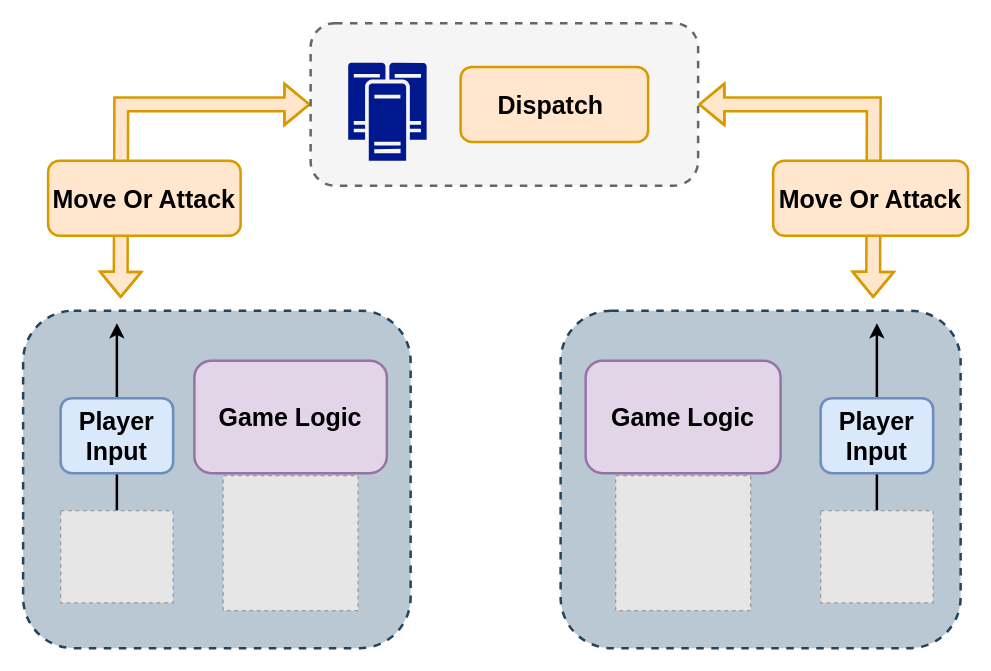
This is page "lockstep" (8 of 53) of booming/Booming ypwangv7.0 ypw new 104ppt-17.drawio from yrdimple/flowChart, a draw.io file, before an edit. Source tidied: cells renumbered, new cells numbered last; positions are measured from the earlier drawing's top-left corner, leaving out a move shared by most shapes. Both pictures are drawn from the tidied source at 125%, with x=0, y=0 at pixel (22, 22). Pictures stored in the file or linked from it are replaced by grey dashed boxes.
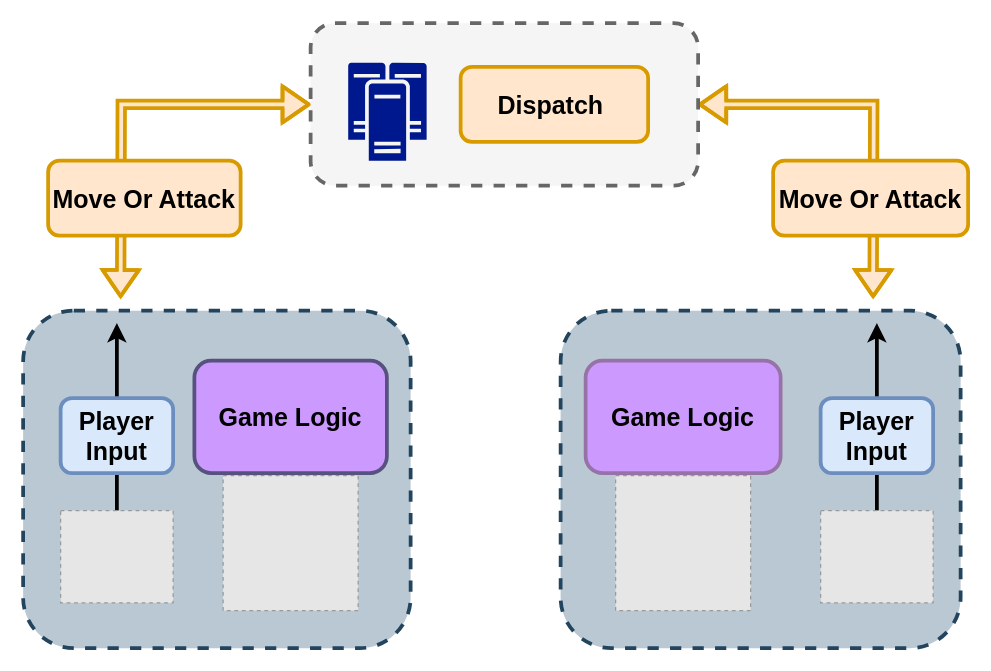
The same page after the edit.

Unchanged cells that the change refers to:
```xml
<mxCell id="6" style="fillColor=#E6E6E6;strokeColor=#999999;dashed=1;verticalLabelPosition=bottom;labelBackgroundColor=default;verticalAlign=top;fontSize=20;fontStyle=1;" parent="1" vertex="1">
  <mxGeometry x="30" y="390" width="90" height="73.8" as="geometry" />
</mxCell>
<mxCell id="16" style="fillColor=#E6E6E6;strokeColor=#999999;dashed=1;verticalLabelPosition=bottom;labelBackgroundColor=default;verticalAlign=top;fontSize=20;fontStyle=1;" parent="1" vertex="1">
  <mxGeometry x="638" y="390" width="90" height="73.8" as="geometry" />
</mxCell>
```

Change to the diagram source:
```diff
@@
-    <mxCell id="2" style="rounded=1;whiteSpace=wrap;html=1;dashed=1;strokeWidth=2;fillColor=#bac8d3;fontSize=20;strokeColor=#23445d;fontStyle=1;" parent="1" vertex="1">
+    <mxCell id="2" style="rounded=1;whiteSpace=wrap;html=1;dashed=1;strokeWidth=3;fillColor=#bac8d3;fontSize=20;strokeColor=#23445d;fontStyle=1;" parent="1" vertex="1">
       <mxGeometry x="430" y="230" width="320" height="270" as="geometry" />
     </mxCell>
-    <mxCell id="3" style="rounded=1;whiteSpace=wrap;html=1;dashed=1;strokeWidth=2;fillColor=#bac8d3;fontSize=20;strokeColor=#23445d;fontStyle=1;" parent="1" vertex="1">
+    <mxCell id="3" style="rounded=1;whiteSpace=wrap;html=1;dashed=1;strokeWidth=3;fillColor=#bac8d3;fontSize=20;strokeColor=#23445d;fontStyle=1;" parent="1" vertex="1">
       <mxGeometry y="230" width="310" height="270" as="geometry" />
     </mxCell>
@@
-    <mxCell id="5" style="edgeStyle=orthogonalEdgeStyle;rounded=0;jettySize=auto;html=1;exitX=0.5;exitY=0;exitDx=0;exitDy=0;strokeWidth=2;fontSize=20;fontStyle=1;" parent="1" edge="1" source="6">
+    <mxCell id="5" style="edgeStyle=orthogonalEdgeStyle;rounded=0;jettySize=auto;html=1;exitX=0.5;exitY=0;exitDx=0;exitDy=0;strokeWidth=3;fontSize=20;fontStyle=1;" parent="1" edge="1" source="6">
       <mxGeometry relative="1" as="geometry">
         <mxPoint x="75" y="240" as="targetPoint" />
         <Array as="points">
           <mxPoint x="75" y="310" />
           <mxPoint x="75" y="310" />
         </Array>
       </mxGeometry>
     </mxCell>
@@
-    <mxCell id="7" value="Game Logic" style="rounded=1;whiteSpace=wrap;html=1;strokeWidth=2;fillColor=#e1d5e7;strokeColor=#9673a6;fontSize=20;fontStyle=1;" parent="1" vertex="1">
+    <mxCell id="7" value="Game Logic" style="rounded=1;whiteSpace=wrap;html=1;strokeWidth=3;fillColor=#CC99FF;strokeColor=#56517e;fontSize=20;fontStyle=1;" parent="1" vertex="1">
       <mxGeometry x="137" y="270" width="154" height="90" as="geometry" />
     </mxCell>
-    <mxCell id="8" value="Game Logic" style="rounded=1;whiteSpace=wrap;html=1;strokeWidth=2;fillColor=#e1d5e7;strokeColor=#9673a6;fontSize=20;fontStyle=1;" parent="1" vertex="1">
+    <mxCell id="8" value="Game Logic" style="rounded=1;whiteSpace=wrap;html=1;strokeWidth=3;fillColor=#CC99FF;strokeColor=#9673a6;fontSize=20;fontStyle=1;" parent="1" vertex="1">
       <mxGeometry x="450" y="270" width="156" height="90" as="geometry" />
     </mxCell>
-    <mxCell id="9" style="edgeStyle=orthogonalEdgeStyle;rounded=0;jettySize=auto;html=1;fontFamily=Helvetica;fontSize=20;fontColor=#000000;endArrow=block;endFill=0;strokeWidth=2;fillColor=#ffe6cc;strokeColor=#d79b00;shape=flexArrow;startArrow=block;" parent="1" edge="1" source="11">
+    <mxCell id="9" style="edgeStyle=orthogonalEdgeStyle;rounded=0;jettySize=auto;html=1;fontFamily=Helvetica;fontSize=20;fontColor=#000000;endArrow=block;endFill=0;strokeWidth=3;fillColor=#ffe6cc;strokeColor=#d79b00;shape=flexArrow;startArrow=block;width=4;" parent="1" edge="1" source="11">
       <mxGeometry relative="1" as="geometry">
         <mxPoint x="680" y="220" as="targetPoint" />
       </mxGeometry>
     </mxCell>
-    <mxCell id="10" style="edgeStyle=orthogonalEdgeStyle;rounded=0;jettySize=auto;html=1;fontFamily=Helvetica;fontSize=20;fontColor=#000000;endArrow=block;endFill=0;strokeWidth=2;exitX=0;exitY=0.5;exitDx=0;exitDy=0;shape=flexArrow;startArrow=block;fillColor=#ffe6cc;strokeColor=#d79b00;" parent="1" edge="1" source="11">
+    <mxCell id="10" style="edgeStyle=orthogonalEdgeStyle;rounded=0;jettySize=auto;html=1;fontFamily=Helvetica;fontSize=20;fontColor=#000000;endArrow=block;endFill=0;strokeWidth=3;exitX=0;exitY=0.5;exitDx=0;exitDy=0;shape=flexArrow;startArrow=block;fillColor=#ffe6cc;strokeColor=#d79b00;width=4;" parent="1" edge="1" source="11">
       <mxGeometry relative="1" as="geometry">
         <mxPoint x="78" y="220" as="targetPoint" />
       </mxGeometry>
     </mxCell>
-    <mxCell id="11" style="rounded=1;whiteSpace=wrap;html=1;dashed=1;strokeWidth=2;fontSize=20;fillColor=#f5f5f5;strokeColor=#666666;fontStyle=1;fontColor=#333333;" parent="1" vertex="1">
+    <mxCell id="11" style="rounded=1;whiteSpace=wrap;html=1;dashed=1;strokeWidth=3;fontSize=20;fillColor=#f5f5f5;strokeColor=#666666;fontStyle=1;fontColor=#333333;" parent="1" vertex="1">
       <mxGeometry x="230" width="310" height="130" as="geometry" />
     </mxCell>
-    <mxCell id="12" style="sketch=0;shadow=0;dashed=0;html=1;strokeColor=none;labelPosition=center;verticalLabelPosition=bottom;verticalAlign=top;align=center;fillColor=#00188D;shape=mxgraph.mscae.enterprise.cluster_server;rounded=0;fontSize=20;fontStyle=1;strokeWidth=2;" parent="1" vertex="1">
+    <mxCell id="12" style="sketch=0;shadow=0;dashed=0;html=1;strokeColor=none;labelPosition=center;verticalLabelPosition=bottom;verticalAlign=top;align=center;fillColor=#00188D;shape=mxgraph.mscae.enterprise.cluster_server;rounded=0;fontSize=20;fontStyle=1;strokeWidth=3;" parent="1" vertex="1">
       <mxGeometry x="260" y="31.6" width="62.8" height="78.4" as="geometry" />
     </mxCell>
-    <mxCell id="13" value="Dispatch&amp;nbsp;" style="rounded=1;whiteSpace=wrap;html=1;strokeWidth=2;fillColor=#ffe6cc;strokeColor=#d79b00;fontSize=20;fontStyle=1;" parent="1" vertex="1">
+    <mxCell id="13" value="Dispatch&amp;nbsp;" style="rounded=1;whiteSpace=wrap;html=1;strokeWidth=3;fillColor=#ffe6cc;strokeColor=#d79b00;fontSize=20;fontStyle=1;" parent="1" vertex="1">
       <mxGeometry x="350" y="35" width="150" height="60" as="geometry" />
     </mxCell>
-    <mxCell id="14" value="Player Input" style="rounded=1;whiteSpace=wrap;html=1;strokeWidth=2;fillColor=#dae8fc;strokeColor=#6c8ebf;fontSize=20;fontStyle=1;" parent="1" vertex="1">
+    <mxCell id="14" value="Player Input" style="rounded=1;whiteSpace=wrap;html=1;strokeWidth=3;fillColor=#dae8fc;strokeColor=#6c8ebf;fontSize=20;fontStyle=1;" parent="1" vertex="1">
       <mxGeometry x="30" y="300" width="90" height="60" as="geometry" />
     </mxCell>
-    <mxCell id="15" style="edgeStyle=orthogonalEdgeStyle;rounded=0;jettySize=auto;html=1;exitX=0.5;exitY=0;exitDx=0;exitDy=0;strokeWidth=2;fontSize=20;fontStyle=1;" parent="1" edge="1" source="16">
+    <mxCell id="15" style="edgeStyle=orthogonalEdgeStyle;rounded=0;jettySize=auto;html=1;exitX=0.5;exitY=0;exitDx=0;exitDy=0;strokeWidth=3;fontSize=20;fontStyle=1;" parent="1" edge="1" source="16">
       <mxGeometry relative="1" as="geometry">
         <mxPoint x="683" y="240" as="targetPoint" />
         <Array as="points">
           <mxPoint x="683" y="310" />
           <mxPoint x="683" y="310" />
         </Array>
       </mxGeometry>
     </mxCell>
@@
-    <mxCell id="17" value="Player Input" style="rounded=1;whiteSpace=wrap;html=1;strokeWidth=2;fillColor=#dae8fc;strokeColor=#6c8ebf;fontSize=20;fontStyle=1;" parent="1" vertex="1">
+    <mxCell id="17" value="Player Input" style="rounded=1;whiteSpace=wrap;html=1;strokeWidth=3;fillColor=#dae8fc;strokeColor=#6c8ebf;fontSize=20;fontStyle=1;" parent="1" vertex="1">
       <mxGeometry x="638" y="300" width="90" height="60" as="geometry" />
     </mxCell>
@@
-    <mxCell id="19" value="Move Or Attack" style="rounded=1;whiteSpace=wrap;html=1;strokeWidth=2;fillColor=#ffe6cc;strokeColor=#d79b00;fontSize=20;fontStyle=1;" parent="1" vertex="1">
+    <mxCell id="19" value="Move Or Attack" style="rounded=1;whiteSpace=wrap;html=1;strokeWidth=3;fillColor=#ffe6cc;strokeColor=#d79b00;fontSize=20;fontStyle=1;" parent="1" vertex="1">
       <mxGeometry x="20" y="110" width="154" height="60" as="geometry" />
     </mxCell>
-    <mxCell id="20" value="Move Or Attack" style="rounded=1;whiteSpace=wrap;html=1;strokeWidth=2;fillColor=#ffe6cc;strokeColor=#d79b00;fontSize=20;fontStyle=1;" parent="1" vertex="1">
+    <mxCell id="20" value="Move Or Attack" style="rounded=1;whiteSpace=wrap;html=1;strokeWidth=3;fillColor=#ffe6cc;strokeColor=#d79b00;fontSize=20;fontStyle=1;" parent="1" vertex="1">
       <mxGeometry x="600" y="110" width="156" height="60" as="geometry" />
     </mxCell>
```
